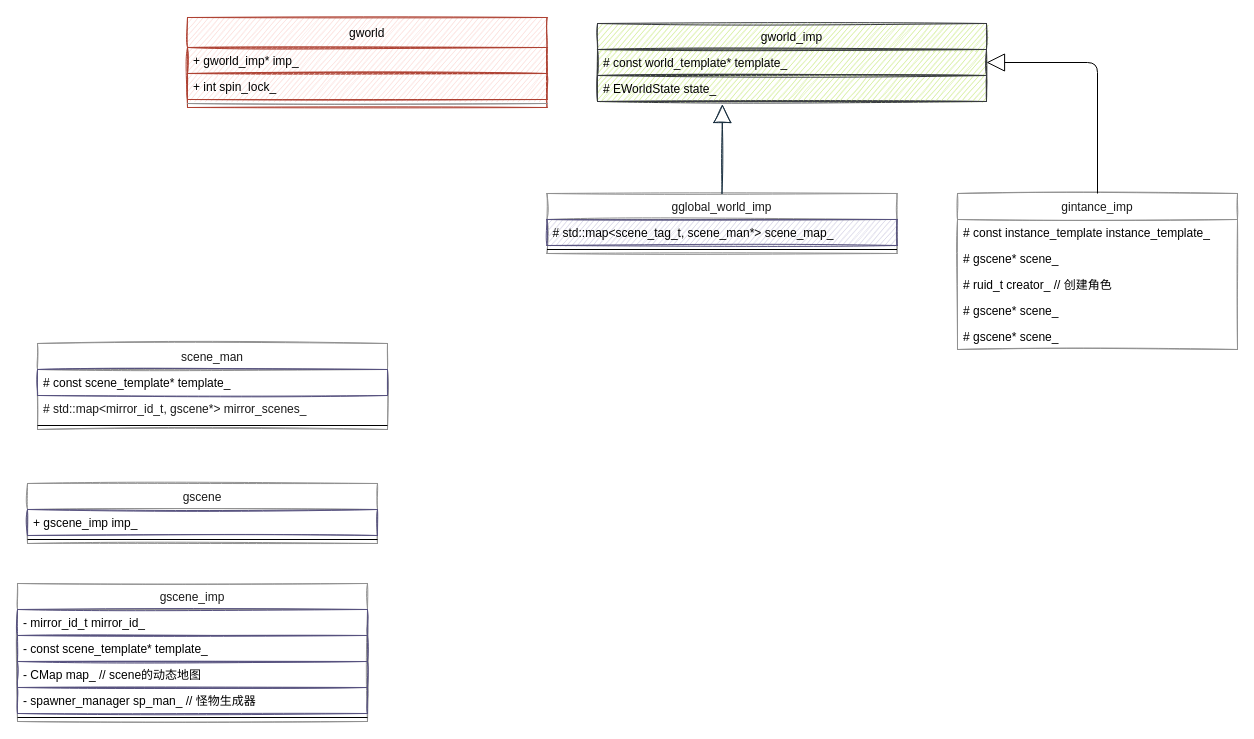
This is page "world" (6 of 9) of i-server.drawio from hsoul/lqua, a draw.io file, before an edit. Source tidied: cells renumbered, new cells numbered last; positions are measured from the earlier drawing's top-left corner, leaving out a move shared by most shapes. Both pictures are drawn from the tidied source at 100%, with x=0, y=0 at pixel (17, 17).
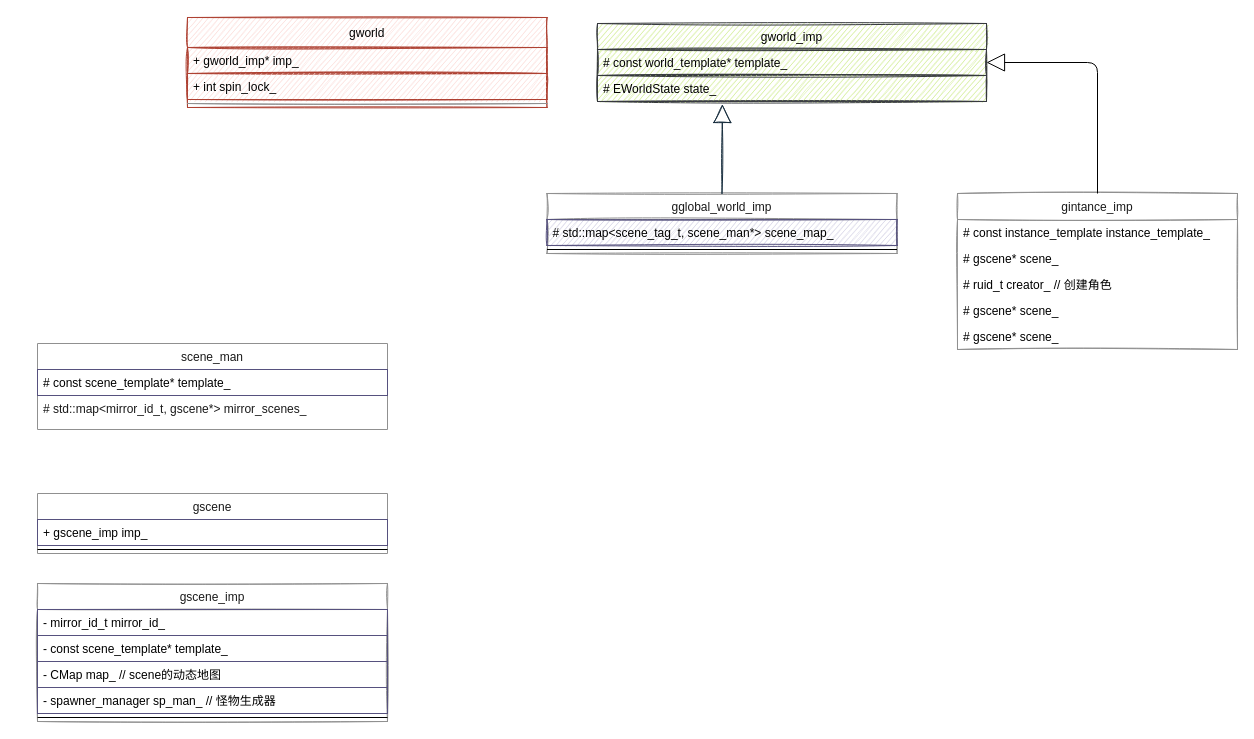
The same diagram, later.

The edit, as a diff of the source:
```diff
@@
-    <mxCell id="19" value="scene_man" style="swimlane;fontStyle=0;horizontal=1;startSize=26;fillColor=none;shadow=0;fontFamily=Helvetica;fontSize=12;align=center;sketch=1;strokeColor=#909090;fontColor=#1A1A1A;" parent="1" vertex="1">
+    <mxCell id="19" value="scene_man" style="swimlane;fontStyle=0;horizontal=1;startSize=26;fillColor=none;shadow=0;fontFamily=Helvetica;fontSize=12;align=center;sketch=0;strokeColor=#909090;fontColor=#1A1A1A;" parent="1" vertex="1">
       <mxGeometry x="20" y="326" width="350" height="86" as="geometry" />
     </mxCell>
-    <mxCell id="20" value="# const scene_template* template_" style="text;strokeColor=#56517e;align=left;verticalAlign=top;spacingLeft=4;spacingRight=4;overflow=hidden;sketch=1;" parent="19" vertex="1">
+    <mxCell id="20" value="# const scene_template* template_" style="text;strokeColor=#56517e;align=left;verticalAlign=top;spacingLeft=4;spacingRight=4;overflow=hidden;sketch=0;" parent="19" vertex="1">
       <mxGeometry y="26" width="350" height="26" as="geometry" />
     </mxCell>
-    <mxCell id="21" value="# std::map&lt;mirror_id_t, gscene*&gt; mirror_scenes_" style="text;strokeColor=none;fillColor=none;align=left;verticalAlign=top;spacingLeft=4;spacingRight=4;overflow=hidden;fontColor=#1A1A1A;sketch=1;" parent="19" vertex="1">
+    <mxCell id="21" value="# std::map&lt;mirror_id_t, gscene*&gt; mirror_scenes_" style="text;fillColor=none;align=left;verticalAlign=top;spacingLeft=4;spacingRight=4;overflow=hidden;fontColor=#1A1A1A;sketch=0;" parent="19" vertex="1">
       <mxGeometry y="52" width="350" height="26" as="geometry" />
     </mxCell>
-    <mxCell id="22" style="line;strokeWidth=1;fillColor=none;align=left;verticalAlign=middle;spacingTop=-1;spacingLeft=3;spacingRight=3;labelPosition=right;" parent="19" vertex="1">
+    <mxCell id="22" style="line;strokeWidth=1;fillColor=none;align=left;verticalAlign=middle;spacingTop=-1;spacingLeft=3;spacingRight=3;labelPosition=right;sketch=0;strokeColor=none;" parent="19" vertex="1">
       <mxGeometry y="78" width="350" height="8" as="geometry" />
     </mxCell>
-    <mxCell id="23" value="gscene" style="swimlane;fontStyle=0;horizontal=1;startSize=26;fillColor=none;shadow=0;fontFamily=Helvetica;fontSize=12;align=center;sketch=1;strokeColor=#909090;fontColor=#1A1A1A;" parent="1" vertex="1">
-      <mxGeometry x="10" y="466" width="350" height="60" as="geometry" />
+    <mxCell id="23" value="gscene" style="swimlane;fontStyle=0;horizontal=1;startSize=26;fillColor=none;shadow=0;fontFamily=Helvetica;fontSize=12;align=center;sketch=0;strokeColor=#909090;fontColor=#1A1A1A;" parent="1" vertex="1">
+      <mxGeometry x="20" y="476" width="350" height="60" as="geometry" />
     </mxCell>
-    <mxCell id="24" value="+ gscene_imp imp_" style="text;strokeColor=#56517e;align=left;verticalAlign=top;spacingLeft=4;spacingRight=4;overflow=hidden;sketch=1;" parent="23" vertex="1">
+    <mxCell id="24" value="+ gscene_imp imp_" style="text;strokeColor=#56517e;align=left;verticalAlign=top;spacingLeft=4;spacingRight=4;overflow=hidden;sketch=0;" parent="23" vertex="1">
       <mxGeometry y="26" width="350" height="26" as="geometry" />
     </mxCell>
@@
     <mxCell id="26" value="gscene_imp" style="swimlane;fontStyle=0;horizontal=1;startSize=26;fillColor=none;shadow=0;fontFamily=Helvetica;fontSize=12;align=center;sketch=1;strokeColor=#909090;fontColor=#1A1A1A;" parent="1" vertex="1">
-      <mxGeometry y="566" width="350" height="138" as="geometry" />
+      <mxGeometry x="20" y="566" width="350" height="138" as="geometry" />
     </mxCell>
-    <mxCell id="27" value="- mirror_id_t mirror_id_" style="text;strokeColor=#56517e;align=left;verticalAlign=top;spacingLeft=4;spacingRight=4;overflow=hidden;sketch=1;" parent="26" vertex="1">
+    <mxCell id="27" value="- mirror_id_t mirror_id_" style="text;strokeColor=#56517e;align=left;verticalAlign=top;spacingLeft=4;spacingRight=4;overflow=hidden;sketch=0;" parent="26" vertex="1">
       <mxGeometry y="26" width="350" height="26" as="geometry" />
     </mxCell>
-    <mxCell id="28" value="- const scene_template* template_" style="text;strokeColor=#56517e;align=left;verticalAlign=top;spacingLeft=4;spacingRight=4;overflow=hidden;sketch=1;" parent="26" vertex="1">
+    <mxCell id="28" value="- const scene_template* template_" style="text;strokeColor=#56517e;align=left;verticalAlign=top;spacingLeft=4;spacingRight=4;overflow=hidden;sketch=0;" parent="26" vertex="1">
       <mxGeometry y="52" width="350" height="26" as="geometry" />
     </mxCell>
-    <mxCell id="29" value="- CMap map_ // scene的动态地图" style="text;strokeColor=#56517e;align=left;verticalAlign=top;spacingLeft=4;spacingRight=4;overflow=hidden;sketch=1;" parent="26" vertex="1">
+    <mxCell id="29" value="- CMap map_ // scene的动态地图" style="text;strokeColor=#56517e;align=left;verticalAlign=top;spacingLeft=4;spacingRight=4;overflow=hidden;sketch=0;" parent="26" vertex="1">
       <mxGeometry y="78" width="350" height="26" as="geometry" />
     </mxCell>
-    <mxCell id="30" value="- spawner_manager sp_man_ // 怪物生成器" style="text;strokeColor=#56517e;align=left;verticalAlign=top;spacingLeft=4;spacingRight=4;overflow=hidden;sketch=1;" parent="26" vertex="1">
+    <mxCell id="30" value="- spawner_manager sp_man_ // 怪物生成器" style="text;strokeColor=#56517e;align=left;verticalAlign=top;spacingLeft=4;spacingRight=4;overflow=hidden;sketch=0;" parent="26" vertex="1">
       <mxGeometry y="104" width="350" height="26" as="geometry" />
     </mxCell>
-    <mxCell id="31" style="line;strokeWidth=1;fillColor=none;align=left;verticalAlign=middle;spacingTop=-1;spacingLeft=3;spacingRight=3;labelPosition=right;" parent="26" vertex="1">
+    <mxCell id="31" style="line;strokeWidth=1;fillColor=none;align=left;verticalAlign=middle;spacingTop=-1;spacingLeft=3;spacingRight=3;labelPosition=right;sketch=0;" parent="26" vertex="1">
       <mxGeometry y="130" width="350" height="8" as="geometry" />
     </mxCell>
```
